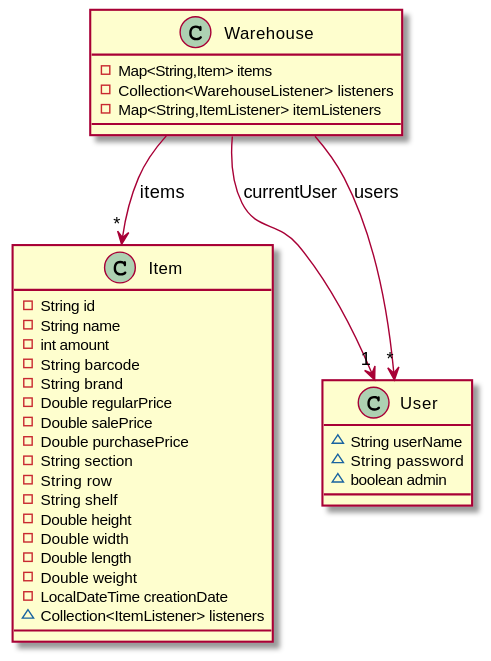
ollfkaih/warehouse keeps this PlantUML diagram as docs/resources/WarehouseStructure.svg. Above is the earlier version.
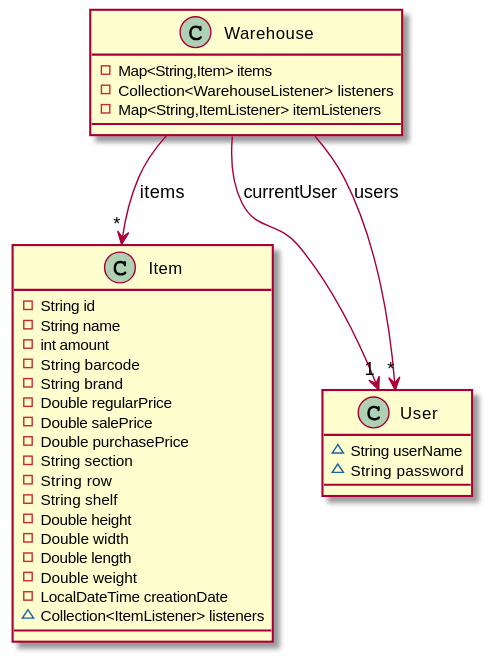
The same diagram one commit later.

The edit, as a diff of the source:
```diff
@@ -22,7 +22,6 @@
 class User [[java:core.User]] {
 	~String userName
 	~String password
-	~boolean admin
 
 }
 class Warehouse [[java:core.Warehouse]] {
```
